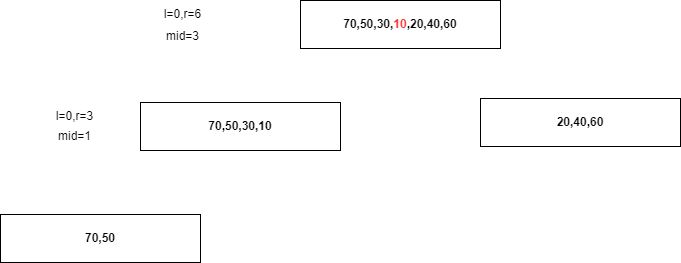
wjb0823/drawio keeps this draw.io diagram as AlgorithmsAndDataStructures/归并算法.drawio.png. Above is the earlier version. Source tidied: cells renumbered, new cells last; positions are measured from the earlier drawing's top-left corner, leaving out a move shared by most shapes.
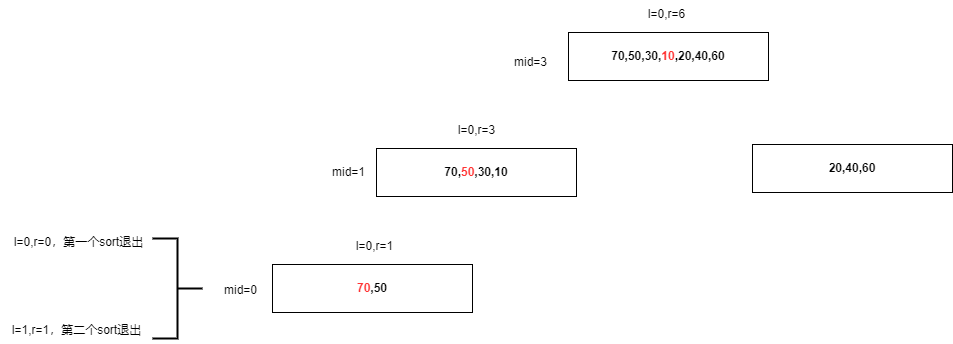
Above is the later version.

Commit message:
更新归并算法.drawio.png

The edit, as a diff of the source:
```diff
@@ -3,28 +3,43 @@
     <mxCell id="0" />
     <mxCell id="1" parent="0" />
     <mxCell id="2" value="&lt;b&gt;70,50,30,&lt;font color=&quot;#ff3333&quot;&gt;10&lt;/font&gt;,20,40,60&lt;/b&gt;" style="rounded=0;whiteSpace=wrap;html=1;" parent="1" vertex="1">
-      <mxGeometry x="300" width="200" height="48" as="geometry" />
+      <mxGeometry x="296" y="-14" width="200" height="48" as="geometry" />
     </mxCell>
     <mxCell id="3" value="&lt;b&gt;20,40,60&lt;/b&gt;" style="rounded=0;whiteSpace=wrap;html=1;" parent="1" vertex="1">
       <mxGeometry x="480" y="98" width="200" height="48" as="geometry" />
     </mxCell>
-    <mxCell id="4" value="&lt;b&gt;70,50,30,10&lt;/b&gt;" style="rounded=0;whiteSpace=wrap;html=1;" parent="1" vertex="1">
-      <mxGeometry x="140" y="102" width="200" height="48" as="geometry" />
+    <mxCell id="4" value="&lt;b&gt;70,&lt;font color=&quot;#ff3333&quot;&gt;50&lt;/font&gt;,30,10&lt;/b&gt;" style="rounded=0;whiteSpace=wrap;html=1;" parent="1" vertex="1">
+      <mxGeometry x="104" y="102" width="200" height="48" as="geometry" />
     </mxCell>
-    <mxCell id="5" value="&lt;b&gt;70,50&lt;/b&gt;" style="rounded=0;whiteSpace=wrap;html=1;" parent="1" vertex="1">
-      <mxGeometry y="214" width="200" height="48" as="geometry" />
+    <mxCell id="5" value="&lt;b&gt;&lt;font color=&quot;#ff3333&quot;&gt;70&lt;/font&gt;,50&lt;/b&gt;" style="rounded=0;whiteSpace=wrap;html=1;" parent="1" vertex="1">
+      <mxGeometry y="218" width="200" height="48" as="geometry" />
     </mxCell>
     <mxCell id="6" value="l=0,r=6" style="text;html=1;align=center;verticalAlign=middle;strokeColor=none;fillColor=none;" parent="1" vertex="1">
-      <mxGeometry x="152" width="60" height="28" as="geometry" />
+      <mxGeometry x="364" y="-46" width="60" height="28" as="geometry" />
     </mxCell>
     <mxCell id="7" value="mid=3" style="text;html=1;align=center;verticalAlign=middle;strokeColor=none;fillColor=none;" parent="1" vertex="1">
-      <mxGeometry x="154" y="22" width="56" height="28" as="geometry" />
+      <mxGeometry x="230" y="2" width="56" height="28" as="geometry" />
     </mxCell>
     <mxCell id="8" value="l=0,r=3" style="text;html=1;align=center;verticalAlign=middle;strokeColor=none;fillColor=none;" parent="1" vertex="1">
-      <mxGeometry x="44" y="102" width="60" height="28" as="geometry" />
+      <mxGeometry x="174" y="70" width="60" height="28" as="geometry" />
     </mxCell>
     <mxCell id="9" value="mid=1" style="text;html=1;align=center;verticalAlign=middle;strokeColor=none;fillColor=none;" parent="1" vertex="1">
-      <mxGeometry x="46" y="122" width="56" height="28" as="geometry" />
+      <mxGeometry x="48" y="112" width="56" height="28" as="geometry" />
     </mxCell>
+    <mxCell id="10" value="l=0,r=1" style="text;html=1;align=center;verticalAlign=middle;strokeColor=none;fillColor=none;" parent="1" vertex="1">
+      <mxGeometry x="72" y="186" width="60" height="28" as="geometry" />
+    </mxCell>
+    <mxCell id="11" value="mid=0" style="text;html=1;align=center;verticalAlign=middle;strokeColor=none;fillColor=none;" parent="1" vertex="1">
+      <mxGeometry x="-60" y="230" width="56" height="28" as="geometry" />
+    </mxCell>
+    <mxCell id="12" style="strokeWidth=2;html=1;shape=mxgraph.flowchart.annotation_2;align=left;labelPosition=right;rotation=-180;" parent="1" vertex="1">
+      <mxGeometry x="-120" y="192" width="50" height="100" as="geometry" />
+    </mxCell>
+    <mxCell id="13" value="l=0,r=0，第一个sort退出" style="text;html=1;align=center;verticalAlign=middle;strokeColor=none;fillColor=none;" parent="1" vertex="1">
+      <mxGeometry x="-270" y="182" width="152" height="28" as="geometry" />
+    </mxCell>
+    <mxCell id="14" value="l=1,r=1，第二个sort退出" style="text;html=1;align=center;verticalAlign=middle;strokeColor=none;fillColor=none;" parent="1" vertex="1">
+      <mxGeometry x="-272" y="270" width="152" height="28" as="geometry" />
+    </mxCell>
   </root>
 </mxGraphModel>
```
